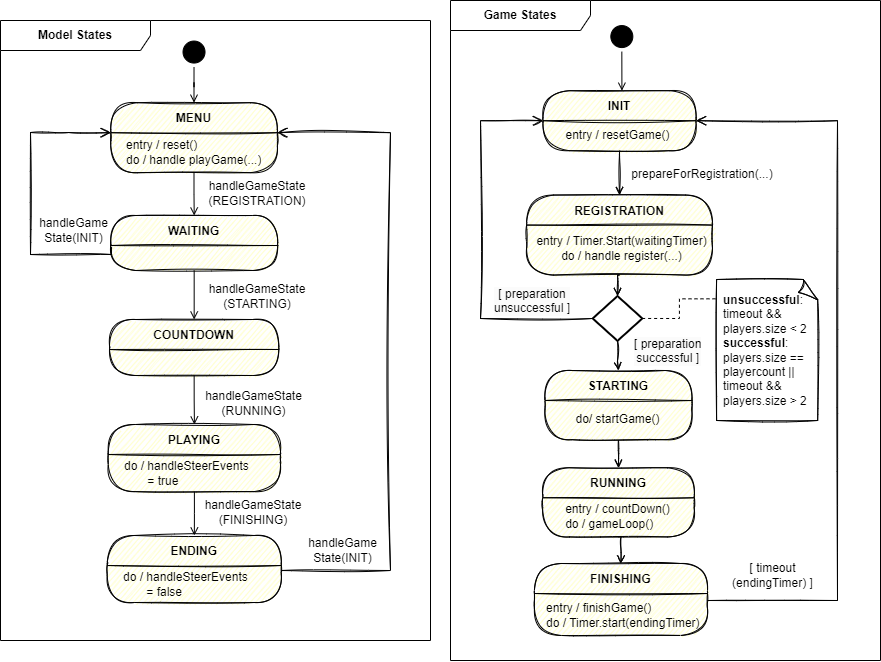
sckoenig/Distributed-Tron keeps this draw.io diagram as Dokumentation/App/diagrams/laufzeit/States.png. Above is the earlier version. Source tidied: cells renumbered, new cells last; positions are measured from the earlier drawing's top-left corner, leaving out a move shared by most shapes.
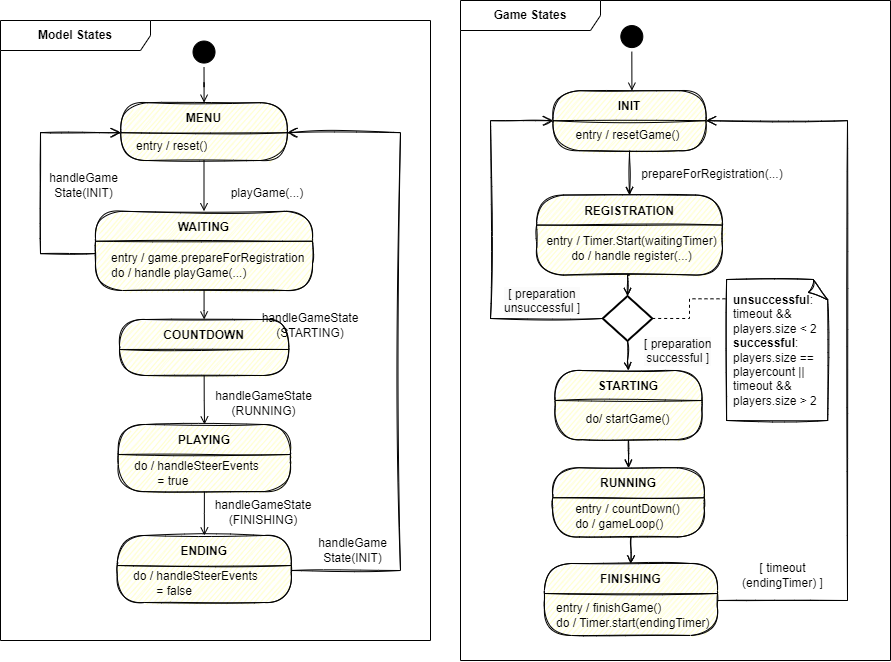
After the commit.

What changed in the source:
```diff
@@ -92,16 +92,16 @@
       <mxGeometry x="178.5" y="36.6" width="30" height="30" as="geometry" />
     </mxCell>
     <mxCell id="27" value="MENU" style="swimlane;fontStyle=1;align=center;verticalAlign=middle;horizontal=1;startSize=30;fontColor=#000000;rounded=1;arcSize=30;strokeColor=default;fillColor=#ffffc0;swimlaneFillColor=#ffffc0;sketch=1;fillStyle=auto;" parent="1" vertex="1">
-      <mxGeometry x="110.2" y="102.2" width="166.6" height="70" as="geometry" />
+      <mxGeometry x="110.2" y="102.2" width="166.6" height="57.8" as="geometry" />
     </mxCell>
-    <mxCell id="28" value="&amp;nbsp; &amp;nbsp;entry / reset()&lt;br&gt;&amp;nbsp; &amp;nbsp;do / handle playGame(...)" style="text;html=1;strokeColor=none;fillColor=none;align=left;verticalAlign=middle;spacingLeft=4;spacingRight=4;whiteSpace=wrap;overflow=hidden;fontColor=#000000;sketch=0;" parent="27" vertex="1">
-      <mxGeometry y="30" width="166.6" height="40" as="geometry" />
+    <mxCell id="28" value="&amp;nbsp; &amp;nbsp;entry / reset()&lt;br&gt;" style="text;html=1;strokeColor=none;fillColor=none;align=left;verticalAlign=middle;spacingLeft=4;spacingRight=4;whiteSpace=wrap;overflow=hidden;fontColor=#000000;sketch=0;" parent="27" vertex="1">
+      <mxGeometry y="30" width="166.6" height="27.8" as="geometry" />
     </mxCell>
     <mxCell id="29" value="WAITING" style="swimlane;fontStyle=1;align=center;verticalAlign=middle;horizontal=1;startSize=30;fontColor=#000000;rounded=1;arcSize=30;strokeColor=default;fillColor=#ffffc0;swimlaneFillColor=#ffffc0;sketch=1;" parent="1" vertex="1">
-      <mxGeometry x="110.2" y="215" width="166.9" height="55" as="geometry" />
+      <mxGeometry x="85" y="210.8" width="217" height="79.2" as="geometry" />
     </mxCell>
-    <mxCell id="30" value="&amp;nbsp; &amp;nbsp; &lt;span style=&quot;white-space: pre&quot;&gt;&#9;&lt;/span&gt;" style="text;html=1;strokeColor=none;fillColor=none;align=left;verticalAlign=middle;spacingLeft=4;spacingRight=4;whiteSpace=wrap;overflow=hidden;fontColor=#000000;sketch=1;" parent="29" vertex="1">
-      <mxGeometry y="30" width="166.9" height="25" as="geometry" />
+    <mxCell id="30" value="&amp;nbsp; &amp;nbsp;entry / game.prepareForRegistration&lt;br&gt;&amp;nbsp; &amp;nbsp;do / handle playGame(...)&lt;br&gt;&lt;span style=&quot;&quot;&gt;&#9;&lt;/span&gt;" style="text;html=1;strokeColor=none;fillColor=none;align=left;verticalAlign=middle;spacingLeft=4;spacingRight=4;whiteSpace=wrap;overflow=hidden;fontColor=#000000;sketch=1;" parent="29" vertex="1">
+      <mxGeometry y="30" width="217" height="49.2" as="geometry" />
     </mxCell>
     <mxCell id="31" value="PLAYING" style="swimlane;fontStyle=1;align=center;verticalAlign=middle;horizontal=1;startSize=30;fontColor=#000000;rounded=1;arcSize=30;strokeColor=default;fillColor=#ffffc0;swimlaneFillColor=#ffffc0;sketch=1;" parent="1" vertex="1">
       <mxGeometry x="107.8" y="424" width="172.2" height="67.1" as="geometry" />
@@ -109,20 +109,16 @@
     <mxCell id="32" value="&amp;nbsp; &amp;nbsp;do / handleSteerEvents &lt;br&gt;&amp;nbsp; &amp;nbsp; &amp;nbsp; &amp;nbsp; &amp;nbsp; = true" style="text;html=1;strokeColor=none;fillColor=none;align=left;verticalAlign=middle;spacingLeft=4;spacingRight=4;whiteSpace=wrap;overflow=hidden;fontColor=#000000;sketch=0;" parent="31" vertex="1">
       <mxGeometry y="30" width="172.2" height="37.1" as="geometry" />
     </mxCell>
-    <mxCell id="33" style="edgeStyle=orthogonalEdgeStyle;rounded=0;jettySize=auto;html=1;exitX=0;exitY=0.25;exitDx=0;exitDy=0;entryX=0;entryY=0;entryDx=0;entryDy=0;endArrow=open;endFill=0;sketch=1;endSize=8;" parent="1" edge="1" target="28">
+    <mxCell id="33" style="edgeStyle=orthogonalEdgeStyle;rounded=0;jettySize=auto;html=1;entryX=0;entryY=0;entryDx=0;entryDy=0;endArrow=open;endFill=0;sketch=1;endSize=8;exitX=0;exitY=0.25;exitDx=0;exitDy=0;" parent="1" edge="1" source="30" target="28">
       <mxGeometry relative="1" as="geometry">
-        <mxPoint x="111.1" y="246.5" as="sourcePoint" />
         <Array as="points">
-          <mxPoint x="111" y="254" />
-          <mxPoint x="30" y="254" />
+          <mxPoint x="30" y="253" />
           <mxPoint x="30" y="132" />
-          <mxPoint x="68" y="132" />
-          <mxPoint x="68" y="133" />
         </Array>
       </mxGeometry>
     </mxCell>
     <mxCell id="34" value="handleGame&lt;br&gt;State(INIT)" style="text;html=1;strokeColor=none;fillColor=none;align=center;verticalAlign=middle;whiteSpace=wrap;rounded=0;sketch=0;" parent="1" vertex="1">
-      <mxGeometry x="28" y="215" width="91" height="30" as="geometry" />
+      <mxGeometry x="28" y="170" width="91" height="30" as="geometry" />
     </mxCell>
     <mxCell id="35" value="handleGameState&lt;br&gt;(FINISHING)" style="text;html=1;strokeColor=none;fillColor=none;align=center;verticalAlign=middle;whiteSpace=wrap;rounded=0;sketch=0;" parent="1" vertex="1">
       <mxGeometry x="198.8" y="496.8" width="108" height="30" as="geometry" />
@@ -133,7 +129,7 @@
     <mxCell id="37" style="edgeStyle=orthogonalEdgeStyle;rounded=0;jettySize=auto;html=1;entryX=0.5;entryY=0;entryDx=0;entryDy=0;strokeColor=#000000;endArrow=open;endFill=0;sketch=0;" parent="1" edge="1" source="28" target="29">
       <mxGeometry relative="1" as="geometry" />
     </mxCell>
-    <mxCell id="38" value="handleGameState&lt;br&gt;(REGISTRATION)" style="text;html=1;strokeColor=none;fillColor=none;align=center;verticalAlign=middle;whiteSpace=wrap;rounded=0;sketch=0;" parent="1" vertex="1">
+    <mxCell id="38" value="playGame(...)" style="text;html=1;strokeColor=none;fillColor=none;align=center;verticalAlign=middle;whiteSpace=wrap;rounded=0;sketch=0;" parent="1" vertex="1">
       <mxGeometry x="228.2" y="178.2" width="58" height="30" as="geometry" />
     </mxCell>
     <mxCell id="39" value="COUNTDOWN" style="swimlane;fontStyle=1;align=center;verticalAlign=middle;horizontal=1;startSize=30;fontColor=#000000;rounded=1;arcSize=30;strokeColor=default;fillColor=#ffffc0;swimlaneFillColor=#ffffc0;sketch=1;" parent="1" vertex="1">
@@ -146,7 +142,7 @@
       <mxGeometry relative="1" as="geometry" />
     </mxCell>
     <mxCell id="42" value="handleGameState&lt;br&gt;(STARTING)" style="text;html=1;strokeColor=none;fillColor=none;align=center;verticalAlign=middle;whiteSpace=wrap;rounded=0;sketch=0;" parent="1" vertex="1">
-      <mxGeometry x="197.2" y="281" width="120" height="30" as="geometry" />
+      <mxGeometry x="240" y="310" width="120" height="30" as="geometry" />
     </mxCell>
     <mxCell id="43" value="ENDING" style="swimlane;fontStyle=1;align=center;verticalAlign=middle;horizontal=1;startSize=30;fontColor=#000000;rounded=1;arcSize=30;strokeColor=default;fillColor=#ffffc0;swimlaneFillColor=#ffffc0;sketch=1;" parent="1" vertex="1">
       <mxGeometry x="106.8" y="535" width="174.1" height="67" as="geometry" />
@@ -181,7 +177,7 @@
       </mxGeometry>
     </mxCell>
     <mxCell id="52" value="&lt;b&gt;Model States&lt;/b&gt;" style="shape=umlFrame;whiteSpace=wrap;html=1;sketch=0;fillColor=default;width=150;height=30;" parent="1" vertex="1">
-      <mxGeometry y="20" width="430" height="620" as="geometry" />
+      <mxGeometry x="-10" y="20" width="430" height="620" as="geometry" />
     </mxCell>
     <mxCell id="53" value="Game States" style="shape=umlFrame;whiteSpace=wrap;html=1;sketch=0;fillColor=default;width=140;height=30;fontStyle=1;" parent="1" vertex="1">
       <mxGeometry x="450" width="430" height="660" as="geometry" />
```
